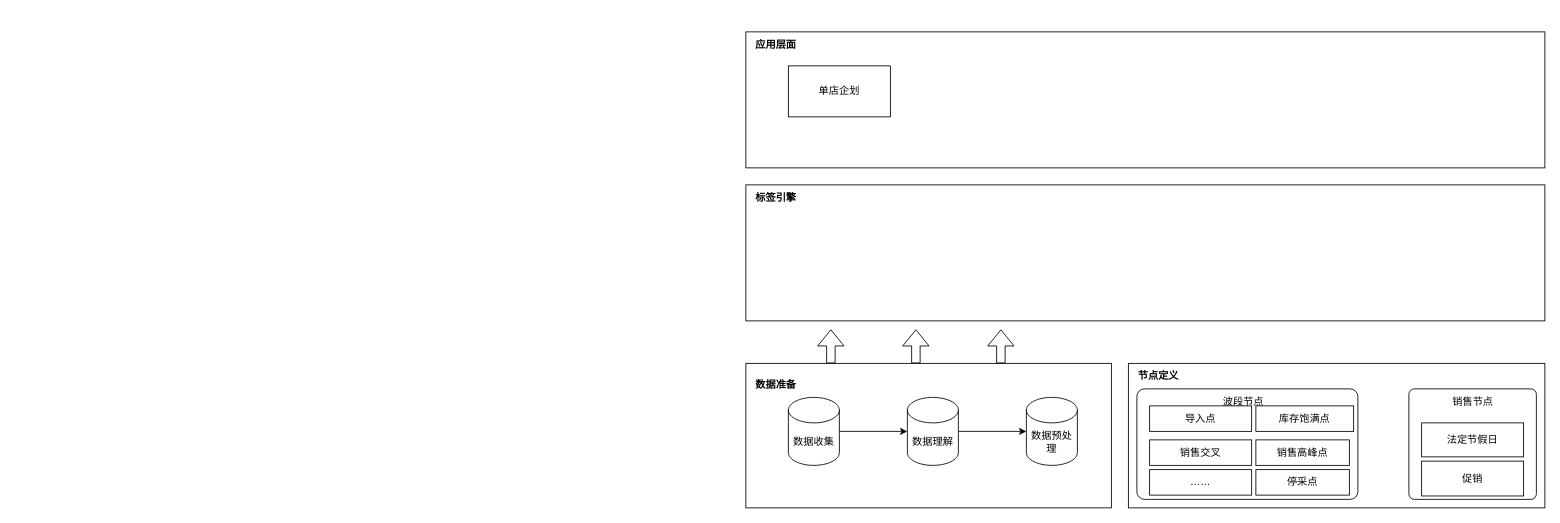
leonhard1Q84/leonhard1Q84.github.io keeps this draw.io diagram as 同期清洗框架图.drawio. Above is the earlier version. Source tidied: cells renumbered, new cells numbered last; positions are measured from the earlier drawing's top-left corner, leaving out a move shared by most shapes. Both pictures are drawn from the tidied source at 85%, with x=0, y=0 at pixel (745, 31).
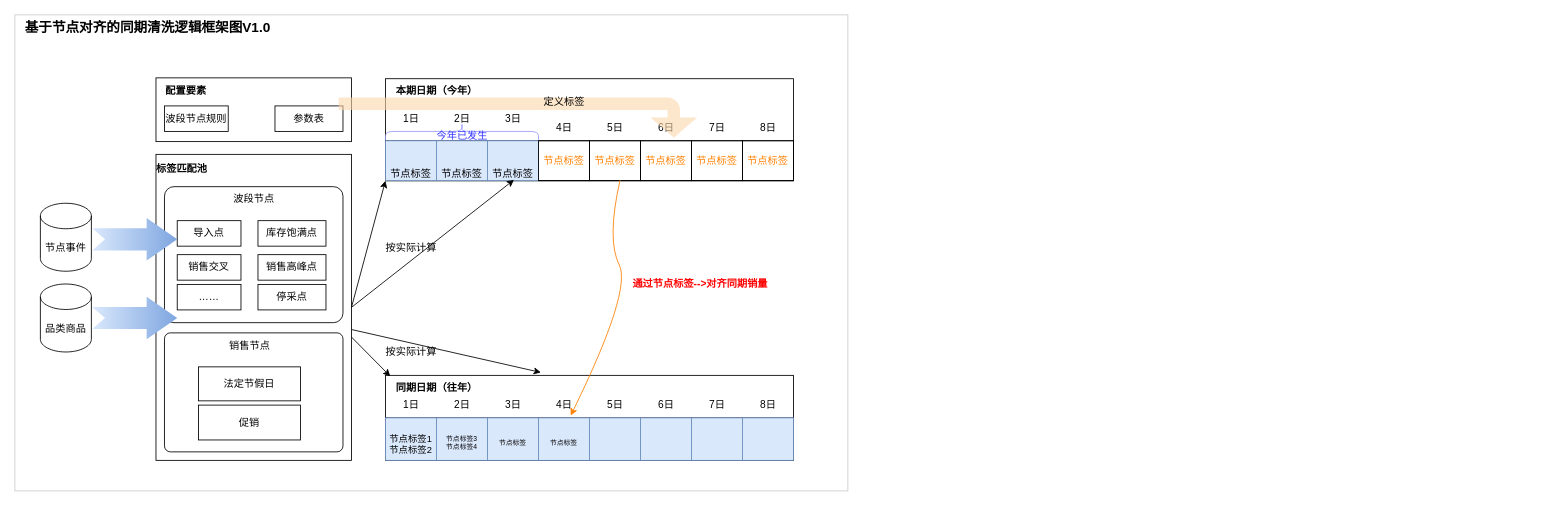
Above is the later version.

Commit message:
更新同期清洗框架图.drawio

The edit, as a diff of the source:
```diff
@@
-    <mxCell id="2" style="rounded=0;whiteSpace=wrap;html=1;" parent="1" vertex="1">
-      <mxGeometry y="390" width="430" height="170" as="geometry" />
-    </mxCell>
-    <mxCell id="3" style="edgeStyle=orthogonalEdgeStyle;rounded=0;jettySize=auto;html=1;" parent="1" edge="1" source="4" target="6">
-      <mxGeometry relative="1" as="geometry" />
-    </mxCell>
-    <mxCell id="4" value="数据收集" style="shape=cylinder3;whiteSpace=wrap;html=1;boundedLbl=1;backgroundOutline=1;size=15;" parent="1" vertex="1">
-      <mxGeometry x="50" y="430" width="60" height="80" as="geometry" />
-    </mxCell>
-    <mxCell id="5" style="edgeStyle=orthogonalEdgeStyle;rounded=0;jettySize=auto;html=1;" parent="1" edge="1" source="6" target="7">
-      <mxGeometry relative="1" as="geometry" />
-    </mxCell>
-    <mxCell id="6" value="数据理解" style="shape=cylinder3;whiteSpace=wrap;html=1;boundedLbl=1;backgroundOutline=1;size=15;" parent="1" vertex="1">
-      <mxGeometry x="190" y="430" width="60" height="80" as="geometry" />
-    </mxCell>
-    <mxCell id="7" value="数据预处理" style="shape=cylinder3;whiteSpace=wrap;html=1;boundedLbl=1;backgroundOutline=1;size=15;" parent="1" vertex="1">
-      <mxGeometry x="330" y="430" width="60" height="80" as="geometry" />
-    </mxCell>
-    <mxCell id="8" style="rounded=0;whiteSpace=wrap;html=1;" parent="1" vertex="1">
-      <mxGeometry y="180" width="940" height="160" as="geometry" />
-    </mxCell>
-    <mxCell id="9" value="标签引擎" style="text;html=1;align=center;verticalAlign=middle;strokeColor=none;fillColor=none;fontStyle=1;" parent="1" vertex="1">
-      <mxGeometry y="180" width="70" height="30" as="geometry" />
-    </mxCell>
-    <mxCell id="10" value="数据准备" style="text;html=1;align=center;verticalAlign=middle;strokeColor=none;fillColor=none;fontStyle=1;" parent="1" vertex="1">
-      <mxGeometry y="400" width="70" height="30" as="geometry" />
-    </mxCell>
-    <mxCell id="11" style="shape=flexArrow;endArrow=classic;html=1;rounded=0;" parent="1" edge="1">
-      <mxGeometry relative="1" as="geometry">
-        <mxPoint x="100" y="390" as="sourcePoint" />
-        <mxPoint x="100" y="350" as="targetPoint" />
-      </mxGeometry>
-    </mxCell>
-    <mxCell id="12" style="shape=flexArrow;endArrow=classic;html=1;rounded=0;" parent="1" edge="1">
-      <mxGeometry relative="1" as="geometry">
-        <mxPoint x="200" y="390" as="sourcePoint" />
-        <mxPoint x="200" y="350" as="targetPoint" />
-      </mxGeometry>
-    </mxCell>
-    <mxCell id="13" style="shape=flexArrow;endArrow=classic;html=1;rounded=0;" parent="1" edge="1">
-      <mxGeometry relative="1" as="geometry">
-        <mxPoint x="300" y="390" as="sourcePoint" />
-        <mxPoint x="300" y="350" as="targetPoint" />
-      </mxGeometry>
-    </mxCell>
-    <mxCell id="14" style="rounded=0;whiteSpace=wrap;html=1;" parent="1" vertex="1">
-      <mxGeometry x="450" y="390" width="490" height="170" as="geometry" />
-    </mxCell>
-    <mxCell id="15" value="节点定义" style="text;html=1;align=center;verticalAlign=middle;strokeColor=none;fillColor=none;fontStyle=1;" parent="1" vertex="1">
-      <mxGeometry x="450" y="390" width="70" height="30" as="geometry" />
-    </mxCell>
-    <mxCell id="16" style="rounded=1;whiteSpace=wrap;html=1;arcSize=7;" parent="1" vertex="1">
-      <mxGeometry x="460" y="420" width="260" height="130" as="geometry" />
-    </mxCell>
-    <mxCell id="17" style="rounded=1;whiteSpace=wrap;html=1;fillColor=none;arcSize=5;" parent="1" vertex="1">
-      <mxGeometry x="780" y="420" width="150" height="130" as="geometry" />
-    </mxCell>
+    <mxCell id="31" style="rounded=0;whiteSpace=wrap;html=1;strokeColor=#CCCCCC;" parent="1" vertex="1">
+      <mxGeometry x="-860" y="-20" width="980" height="560" as="geometry" />
+    </mxCell>
+    <mxCell id="32" style="rounded=0;whiteSpace=wrap;html=1;" parent="1" vertex="1">
+      <mxGeometry x="-694" y="144.1" width="230" height="360" as="geometry" />
+    </mxCell>
+    <mxCell id="33" style="rounded=1;whiteSpace=wrap;html=1;fillColor=none;arcSize=5;" parent="1" vertex="1">
+      <mxGeometry x="-684" y="354.1" width="210" height="140" as="geometry" />
+    </mxCell>
+    <mxCell id="24" value="销售节点" style="text;html=1;align=center;verticalAlign=middle;strokeColor=none;fillColor=none;" parent="1" vertex="1">
+      <mxGeometry x="-619" y="354.1" width="70" height="30" as="geometry" />
+    </mxCell>
+    <mxCell id="25" value="法定节假日" style="rounded=0;whiteSpace=wrap;html=1;fillColor=none;" parent="1" vertex="1">
+      <mxGeometry x="-644" y="394.1" width="120" height="40" as="geometry" />
+    </mxCell>
+    <mxCell id="26" value="促销" style="rounded=0;whiteSpace=wrap;html=1;fillColor=none;" parent="1" vertex="1">
+      <mxGeometry x="-644" y="439.1" width="120" height="41" as="geometry" />
+    </mxCell>
+    <mxCell id="34" style="rounded=1;whiteSpace=wrap;html=1;arcSize=7;" parent="1" vertex="1">
+      <mxGeometry x="-684" y="182.1" width="210" height="160" as="geometry" />
+    </mxCell>
     <mxCell id="18" value="导入点" style="rounded=0;whiteSpace=wrap;html=1;" parent="1" vertex="1">
-      <mxGeometry x="475" y="440" width="120" height="30" as="geometry" />
+      <mxGeometry x="-669" y="222.1" width="75" height="30" as="geometry" />
     </mxCell>
     <mxCell id="19" value="销售交叉" style="rounded=0;whiteSpace=wrap;html=1;" parent="1" vertex="1">
-      <mxGeometry x="475" y="480" width="120" height="30" as="geometry" />
+      <mxGeometry x="-669" y="262.1" width="75" height="30" as="geometry" />
     </mxCell>
     <mxCell id="20" value="库存饱满点" style="rounded=0;whiteSpace=wrap;html=1;" parent="1" vertex="1">
-      <mxGeometry x="600" y="440" width="115" height="30" as="geometry" />
+      <mxGeometry x="-574" y="222.1" width="80" height="30" as="geometry" />
     </mxCell>
     <mxCell id="21" value="销售高峰点" style="rounded=0;whiteSpace=wrap;html=1;" parent="1" vertex="1">
-      <mxGeometry x="600" y="480" width="110" height="30" as="geometry" />
+      <mxGeometry x="-574" y="262.1" width="80" height="30" as="geometry" />
     </mxCell>
     <mxCell id="22" value="停采点" style="rounded=0;whiteSpace=wrap;html=1;" parent="1" vertex="1">
-      <mxGeometry x="600" y="515" width="110" height="30" as="geometry" />
+      <mxGeometry x="-574" y="297.1" width="80" height="30" as="geometry" />
     </mxCell>
     <mxCell id="23" value="波段节点" style="text;html=1;align=center;verticalAlign=middle;strokeColor=none;fillColor=none;" parent="1" vertex="1">
-      <mxGeometry x="550" y="420" width="70" height="30" as="geometry" />
+      <mxGeometry x="-614" y="182.1" width="70" height="30" as="geometry" />
     </mxCell>
-    <mxCell id="24" value="销售节点" style="text;html=1;align=center;verticalAlign=middle;strokeColor=none;fillColor=none;" parent="1" vertex="1">
-      <mxGeometry x="820" y="420" width="70" height="30" as="geometry" />
-    </mxCell>
-    <mxCell id="25" value="法定节假日" style="rounded=0;whiteSpace=wrap;html=1;fillColor=none;" parent="1" vertex="1">
-      <mxGeometry x="795" y="460" width="120" height="40" as="geometry" />
-    </mxCell>
-    <mxCell id="26" value="促销" style="rounded=0;whiteSpace=wrap;html=1;fillColor=none;" parent="1" vertex="1">
-      <mxGeometry x="795" y="505" width="120" height="41" as="geometry" />
-    </mxCell>
     <mxCell id="27" value="……" style="rounded=0;whiteSpace=wrap;html=1;" parent="1" vertex="1">
-      <mxGeometry x="475" y="515" width="120" height="30" as="geometry" />
+      <mxGeometry x="-669" y="297.1" width="75" height="30" as="geometry" />
     </mxCell>
-    <mxCell id="28" style="rounded=0;whiteSpace=wrap;html=1;" parent="1" vertex="1">
-      <mxGeometry width="940" height="160" as="geometry" />
-    </mxCell>
-    <mxCell id="29" value="应用层面" style="text;html=1;align=center;verticalAlign=middle;strokeColor=none;fillColor=none;fontStyle=1;" parent="1" vertex="1">
-      <mxGeometry width="70" height="30" as="geometry" />
-    </mxCell>
-    <mxCell id="30" value="单店企划" style="whiteSpace=wrap;html=1;" parent="1" vertex="1">
-      <mxGeometry x="50" y="40" width="120" height="60" as="geometry" />
-    </mxCell>
+    <mxCell id="35" value="标签匹配池" style="text;html=1;align=center;verticalAlign=middle;strokeColor=none;fillColor=none;fontStyle=1;" parent="1" vertex="1">
+      <mxGeometry x="-704" y="146.1" width="80" height="30" as="geometry" />
+    </mxCell>
+    <mxCell id="36" style="rounded=0;whiteSpace=wrap;html=1;" parent="1" vertex="1">
+      <mxGeometry x="-424" y="404.1" width="480" height="100" as="geometry" />
+    </mxCell>
+    <mxCell id="37" value="同期日期（往年）" style="text;html=1;align=center;verticalAlign=middle;points=[];strokeColor=none;fillColor=none;fontStyle=1;" parent="1" vertex="1">
+      <mxGeometry x="-424" y="404.1" width="120" height="30" as="geometry" />
+    </mxCell>
+    <mxCell id="38" style="childLayout=tableLayout;shadow=0;fillColor=none;" parent="1" vertex="1">
+      <mxGeometry x="-424" y="454.1" width="480" height="50" as="geometry" />
+    </mxCell>
+    <mxCell id="39" style="shape=tableRow;horizontal=0;startSize=0;swimlaneHead=0;swimlaneBody=0;top=0;left=0;bottom=0;right=0;fontStyle=0;fillColor=none;strokeColor=inherit;" parent="38" vertex="1">
+      <mxGeometry width="480" height="50" as="geometry" />
+    </mxCell>
+    <mxCell id="40" value="&lt;font style=&quot;font-size: 11px;&quot;&gt;&lt;br style=&quot;font-size: 11px;&quot;&gt;节点标签1&lt;br style=&quot;font-size: 11px;&quot;&gt;节点标签2&lt;/font&gt;" style="strokeColor=#6c8ebf;fillColor=#dae8fc;align=center;whiteSpace=wrap;html=1;fontSize=8;" parent="39" vertex="1">
+      <mxGeometry width="60" height="50" as="geometry" />
+    </mxCell>
+    <mxCell id="41" value="&lt;br style=&quot;border-color: var(--border-color); font-size: 8px;&quot;&gt;节点标签3&lt;br style=&quot;font-size: 8px;&quot;&gt;节点标签4" style="strokeColor=#6c8ebf;fillColor=#dae8fc;align=center;whiteSpace=wrap;html=1;fontSize=8;" parent="39" vertex="1">
+      <mxGeometry x="60" width="60" height="50" as="geometry" />
+    </mxCell>
+    <mxCell id="42" value="&lt;br style=&quot;border-color: var(--border-color); font-size: 8px;&quot;&gt;节点标签" style="strokeColor=#6c8ebf;fillColor=#dae8fc;align=center;whiteSpace=wrap;html=1;fontSize=8;" parent="39" vertex="1">
+      <mxGeometry x="120" width="60" height="50" as="geometry" />
+    </mxCell>
+    <mxCell id="43" value="&lt;br style=&quot;border-color: var(--border-color); font-size: 8px;&quot;&gt;节点标签" style="strokeColor=#6c8ebf;fillColor=#dae8fc;align=center;whiteSpace=wrap;html=1;fontSize=8;" parent="39" vertex="1">
+      <mxGeometry x="180" width="60" height="50" as="geometry" />
+    </mxCell>
+    <mxCell id="44" style="strokeColor=#6c8ebf;fillColor=#dae8fc;align=center;whiteSpace=wrap;html=1;" parent="39" vertex="1">
+      <mxGeometry x="240" width="60" height="50" as="geometry" />
+    </mxCell>
+    <mxCell id="45" style="strokeColor=#6c8ebf;fillColor=#dae8fc;align=center;whiteSpace=wrap;html=1;" parent="39" vertex="1">
+      <mxGeometry x="300" width="60" height="50" as="geometry" />
+    </mxCell>
+    <mxCell id="46" style="strokeColor=#6c8ebf;fillColor=#dae8fc;align=center;whiteSpace=wrap;html=1;" parent="39" vertex="1">
+      <mxGeometry x="360" width="60" height="50" as="geometry" />
+    </mxCell>
+    <mxCell id="47" style="strokeColor=#6c8ebf;fillColor=#dae8fc;align=center;whiteSpace=wrap;html=1;" parent="39" vertex="1">
+      <mxGeometry x="420" width="60" height="50" as="geometry" />
+    </mxCell>
+    <mxCell id="48" style="rounded=0;whiteSpace=wrap;html=1;" parent="1" vertex="1">
+      <mxGeometry x="-424" y="55.1" width="480" height="120" as="geometry" />
+    </mxCell>
+    <mxCell id="49" value="本期日期（今年）" style="text;html=1;align=center;verticalAlign=middle;strokeColor=none;fillColor=none;fontStyle=1;" parent="1" vertex="1">
+      <mxGeometry x="-424" y="55.1" width="120" height="30" as="geometry" />
+    </mxCell>
+    <mxCell id="50" style="childLayout=tableLayout;shadow=0;fillColor=none;" parent="1" vertex="1">
+      <mxGeometry x="-424" y="128.1" width="480" height="47" as="geometry" />
+    </mxCell>
+    <mxCell id="51" style="shape=tableRow;horizontal=0;startSize=0;swimlaneHead=0;swimlaneBody=0;top=0;left=0;bottom=0;right=0;fontStyle=0;fillColor=none;strokeColor=inherit;" parent="50" vertex="1">
+      <mxGeometry width="480" height="47" as="geometry" />
+    </mxCell>
+    <mxCell id="52" value="&lt;br style=&quot;border-color: var(--border-color);&quot;&gt;&lt;br style=&quot;border-color: var(--border-color);&quot;&gt;节点标签" style="strokeColor=#6c8ebf;fillColor=#dae8fc;align=center;whiteSpace=wrap;html=1;" parent="51" vertex="1">
+      <mxGeometry width="60" height="47" as="geometry" />
+    </mxCell>
+    <mxCell id="53" value="&lt;br style=&quot;border-color: var(--border-color);&quot;&gt;&lt;br style=&quot;border-color: var(--border-color);&quot;&gt;节点标签" style="strokeColor=#6c8ebf;fillColor=#dae8fc;align=center;whiteSpace=wrap;html=1;" parent="51" vertex="1">
+      <mxGeometry x="60" width="60" height="47" as="geometry" />
+    </mxCell>
+    <mxCell id="54" value="&lt;br style=&quot;border-color: var(--border-color);&quot;&gt;&lt;br style=&quot;border-color: var(--border-color);&quot;&gt;节点标签" style="strokeColor=#6c8ebf;fillColor=#dae8fc;align=center;whiteSpace=wrap;html=1;" parent="51" vertex="1">
+      <mxGeometry x="120" width="60" height="47" as="geometry" />
+    </mxCell>
+    <mxCell id="55" value="&lt;font color=&quot;#ff8000&quot;&gt;节点标签&lt;/font&gt;" style="strokeColor=inherit;fillColor=none;align=center;whiteSpace=wrap;html=1;" parent="51" vertex="1">
+      <mxGeometry x="180" width="60" height="47" as="geometry" />
+    </mxCell>
+    <mxCell id="56" value="&lt;font color=&quot;#ff8000&quot;&gt;节点标签&lt;/font&gt;" style="strokeColor=inherit;fillColor=none;align=center;whiteSpace=wrap;html=1;" parent="51" vertex="1">
+      <mxGeometry x="240" width="60" height="47" as="geometry" />
+    </mxCell>
+    <mxCell id="57" value="&lt;font color=&quot;#ff8000&quot;&gt;节点标签&lt;/font&gt;" style="strokeColor=inherit;fillColor=none;align=center;whiteSpace=wrap;html=1;" parent="51" vertex="1">
+      <mxGeometry x="300" width="60" height="47" as="geometry" />
+    </mxCell>
+    <mxCell id="58" value="&lt;font color=&quot;#ff8000&quot;&gt;节点标签&lt;/font&gt;" style="strokeColor=inherit;fillColor=none;align=center;whiteSpace=wrap;html=1;" parent="51" vertex="1">
+      <mxGeometry x="360" width="60" height="47" as="geometry" />
+    </mxCell>
+    <mxCell id="59" value="&lt;font color=&quot;#ff8000&quot;&gt;节点标签&lt;/font&gt;" style="strokeColor=inherit;fillColor=none;align=center;whiteSpace=wrap;html=1;" parent="51" vertex="1">
+      <mxGeometry x="420" width="60" height="47" as="geometry" />
+    </mxCell>
+    <mxCell id="60" value="品类商品" style="shape=cylinder3;whiteSpace=wrap;html=1;boundedLbl=1;backgroundOutline=1;size=15;" parent="1" vertex="1">
+      <mxGeometry x="-830" y="296.6" width="60" height="80" as="geometry" />
+    </mxCell>
+    <mxCell id="61" value="节点事件" style="shape=cylinder3;whiteSpace=wrap;html=1;boundedLbl=1;backgroundOutline=1;size=15;" parent="1" vertex="1">
+      <mxGeometry x="-830" y="201.6" width="60" height="80" as="geometry" />
+    </mxCell>
+    <mxCell id="62" style="html=1;shadow=0;dashed=0;align=center;verticalAlign=middle;shape=mxgraph.arrows2.arrow;dy=0.48;dx=35.98;notch=15;fillColor=#dae8fc;gradientColor=#7ea6e0;strokeColor=none;gradientDirection=east;" parent="1" vertex="1">
+      <mxGeometry x="-769" y="219.1" width="100" height="50" as="geometry" />
+    </mxCell>
+    <mxCell id="63" style="html=1;shadow=0;dashed=0;align=center;verticalAlign=middle;shape=mxgraph.arrows2.arrow;dy=0.48;dx=35.98;notch=15;fillColor=#dae8fc;gradientColor=#7ea6e0;strokeColor=none;gradientDirection=east;" parent="1" vertex="1">
+      <mxGeometry x="-769" y="311.6" width="100" height="50" as="geometry" />
+    </mxCell>
+    <mxCell id="64" style="endArrow=classic;html=1;rounded=0;entryX=0.047;entryY=0.037;entryDx=0;entryDy=0;entryPerimeter=0;exitX=1;exitY=0.597;exitDx=0;exitDy=0;exitPerimeter=0;" parent="1" edge="1" source="32" target="37">
+      <mxGeometry relative="1" as="geometry" />
+    </mxCell>
+    <mxCell id="65" style="endArrow=classic;html=1;rounded=0;entryX=0.381;entryY=-0.034;entryDx=0;entryDy=0;entryPerimeter=0;" parent="1" edge="1" source="32" target="36">
+      <mxGeometry relative="1" as="geometry" />
+    </mxCell>
+    <mxCell id="66" style="curved=1;endArrow=classic;html=1;rounded=0;exitX=0.575;exitY=0.987;exitDx=0;exitDy=0;exitPerimeter=0;entryX=0.454;entryY=-0.054;entryDx=0;entryDy=0;entryPerimeter=0;strokeColor=#FF8000;" parent="1" edge="1" source="51" target="39">
+      <mxGeometry relative="1" as="geometry">
+        <Array as="points">
+          <mxPoint x="-164" y="244.1" />
+          <mxPoint x="-134" y="304.1" />
+        </Array>
+      </mxGeometry>
+    </mxCell>
+    <mxCell id="67" value="通过节点标签--&amp;gt;对齐同期销量" style="text;html=1;align=center;verticalAlign=middle;strokeColor=none;fillColor=none;fontStyle=1;fontColor=#FF0000;" parent="1" vertex="1">
+      <mxGeometry x="-144" y="281.8" width="180" height="30" as="geometry" />
+    </mxCell>
+    <mxCell id="68" value="1日" style="text;html=1;align=center;verticalAlign=middle;strokeColor=none;fillColor=none;" parent="1" vertex="1">
+      <mxGeometry x="-414" y="87.1" width="40" height="30" as="geometry" />
+    </mxCell>
+    <mxCell id="69" value="2日" style="text;html=1;align=center;verticalAlign=middle;strokeColor=none;fillColor=none;" parent="1" vertex="1">
+      <mxGeometry x="-354" y="87.1" width="40" height="30" as="geometry" />
+    </mxCell>
+    <mxCell id="70" value="3日" style="text;html=1;align=center;verticalAlign=middle;strokeColor=none;fillColor=none;" parent="1" vertex="1">
+      <mxGeometry x="-294" y="87.1" width="40" height="30" as="geometry" />
+    </mxCell>
+    <mxCell id="71" value="4日" style="text;html=1;align=center;verticalAlign=middle;strokeColor=none;fillColor=none;" parent="1" vertex="1">
+      <mxGeometry x="-234" y="98.1" width="40" height="30" as="geometry" />
+    </mxCell>
+    <mxCell id="72" value="8日" style="text;html=1;align=center;verticalAlign=middle;strokeColor=none;fillColor=none;" parent="1" vertex="1">
+      <mxGeometry x="6" y="98.1" width="40" height="30" as="geometry" />
+    </mxCell>
+    <mxCell id="73" value="7日" style="text;html=1;align=center;verticalAlign=middle;strokeColor=none;fillColor=none;" parent="1" vertex="1">
+      <mxGeometry x="-54" y="98.1" width="40" height="30" as="geometry" />
+    </mxCell>
+    <mxCell id="74" value="6日" style="text;html=1;align=center;verticalAlign=middle;strokeColor=none;fillColor=none;" parent="1" vertex="1">
+      <mxGeometry x="-114" y="98.1" width="40" height="30" as="geometry" />
+    </mxCell>
+    <mxCell id="75" value="5日" style="text;html=1;align=center;verticalAlign=middle;strokeColor=none;fillColor=none;" parent="1" vertex="1">
+      <mxGeometry x="-174" y="98.1" width="40" height="30" as="geometry" />
+    </mxCell>
+    <mxCell id="76" value="1日" style="text;html=1;align=center;verticalAlign=middle;strokeColor=none;fillColor=none;" parent="1" vertex="1">
+      <mxGeometry x="-414" y="424.1" width="40" height="30" as="geometry" />
+    </mxCell>
+    <mxCell id="77" value="2日" style="text;html=1;align=center;verticalAlign=middle;strokeColor=none;fillColor=none;" parent="1" vertex="1">
+      <mxGeometry x="-354" y="424.1" width="40" height="30" as="geometry" />
+    </mxCell>
+    <mxCell id="78" value="3日" style="text;html=1;align=center;verticalAlign=middle;strokeColor=none;fillColor=none;" parent="1" vertex="1">
+      <mxGeometry x="-294" y="424.1" width="40" height="30" as="geometry" />
+    </mxCell>
+    <mxCell id="79" value="4日" style="text;html=1;align=center;verticalAlign=middle;strokeColor=none;fillColor=none;" parent="1" vertex="1">
+      <mxGeometry x="-234" y="424.1" width="40" height="30" as="geometry" />
+    </mxCell>
+    <mxCell id="80" value="8日" style="text;html=1;align=center;verticalAlign=middle;strokeColor=none;fillColor=none;" parent="1" vertex="1">
+      <mxGeometry x="6" y="424.1" width="40" height="30" as="geometry" />
+    </mxCell>
+    <mxCell id="81" value="7日" style="text;html=1;align=center;verticalAlign=middle;strokeColor=none;fillColor=none;" parent="1" vertex="1">
+      <mxGeometry x="-54" y="424.1" width="40" height="30" as="geometry" />
+    </mxCell>
+    <mxCell id="82" value="6日" style="text;html=1;align=center;verticalAlign=middle;strokeColor=none;fillColor=none;" parent="1" vertex="1">
+      <mxGeometry x="-114" y="424.1" width="40" height="30" as="geometry" />
+    </mxCell>
+    <mxCell id="83" value="5日" style="text;html=1;align=center;verticalAlign=middle;strokeColor=none;fillColor=none;" parent="1" vertex="1">
+      <mxGeometry x="-174" y="424.1" width="40" height="30" as="geometry" />
+    </mxCell>
+    <mxCell id="84" style="shape=curlyBracket;whiteSpace=wrap;html=1;rounded=1;flipH=1;labelPosition=right;verticalLabelPosition=middle;align=left;verticalAlign=middle;direction=south;strokeColor=#9999FF;" parent="1" vertex="1">
+      <mxGeometry x="-424" y="107.1" width="180" height="20" as="geometry" />
+    </mxCell>
+    <mxCell id="85" value="今年已发生" style="text;html=1;align=center;verticalAlign=middle;strokeColor=none;fillColor=none;fontColor=#3333FF;" parent="1" vertex="1">
+      <mxGeometry x="-374" y="108.1" width="80" height="30" as="geometry" />
+    </mxCell>
+    <mxCell id="86" style="endArrow=classic;html=1;rounded=0;entryX=0;entryY=1;entryDx=0;entryDy=0;" parent="1" edge="1" target="50">
+      <mxGeometry relative="1" as="geometry">
+        <mxPoint x="-464" y="324.1" as="sourcePoint" />
+      </mxGeometry>
+    </mxCell>
+    <mxCell id="87" style="endArrow=classic;html=1;rounded=0;entryX=0.315;entryY=0.977;entryDx=0;entryDy=0;entryPerimeter=0;" parent="1" edge="1" target="50">
+      <mxGeometry relative="1" as="geometry">
+        <mxPoint x="-464" y="324.1" as="sourcePoint" />
+      </mxGeometry>
+    </mxCell>
+    <mxCell id="88" value="按实际计算" style="text;html=1;align=center;verticalAlign=middle;strokeColor=none;fillColor=none;" parent="1" vertex="1">
+      <mxGeometry x="-434" y="361.6" width="80" height="30" as="geometry" />
+    </mxCell>
+    <mxCell id="89" value="按实际计算" style="text;html=1;align=center;verticalAlign=middle;strokeColor=none;fillColor=none;" parent="1" vertex="1">
+      <mxGeometry x="-434" y="239.1" width="80" height="30" as="geometry" />
+    </mxCell>
+    <mxCell id="90" style="rounded=0;whiteSpace=wrap;html=1;" parent="1" vertex="1">
+      <mxGeometry x="-694" y="54.1" width="230" height="75" as="geometry" />
+    </mxCell>
+    <mxCell id="91" value="波段节点规则" style="rounded=0;whiteSpace=wrap;html=1;" parent="1" vertex="1">
+      <mxGeometry x="-684" y="87.1" width="75" height="30" as="geometry" />
+    </mxCell>
+    <mxCell id="92" value="参数表" style="rounded=0;whiteSpace=wrap;html=1;" parent="1" vertex="1">
+      <mxGeometry x="-554" y="87.1" width="80" height="30" as="geometry" />
+    </mxCell>
+    <mxCell id="93" value="配置要素" style="text;html=1;align=center;verticalAlign=middle;strokeColor=none;fillColor=none;fontStyle=1;" parent="1" vertex="1">
+      <mxGeometry x="-694" y="54.1" width="70" height="30" as="geometry" />
+    </mxCell>
+    <mxCell id="94" style="html=1;shadow=0;dashed=0;align=center;verticalAlign=middle;shape=mxgraph.arrows2.bendArrow;dy=7.33;dx=23.88;notch=0;arrowHead=55;rounded=1;rotation=90;fillColor=#fad7ac;strokeColor=none;opacity=60;" parent="1" vertex="1">
+      <mxGeometry x="-291.9" y="-110" width="47.5" height="421.8" as="geometry" />
+    </mxCell>
+    <mxCell id="95" value="定义标签" style="text;html=1;align=center;verticalAlign=middle;strokeColor=none;fillColor=none;" parent="1" vertex="1">
+      <mxGeometry x="-249" y="68.1" width="70" height="30" as="geometry" />
+    </mxCell>
+    <mxCell id="96" value="基于节点对齐的同期清洗逻辑框架图V1.0" style="text;html=1;align=center;verticalAlign=middle;strokeColor=none;fillColor=none;fontStyle=1;fontSize=16;" parent="1" vertex="1">
+      <mxGeometry x="-859" y="-20" width="310" height="30" as="geometry" />
+    </mxCell>
```
